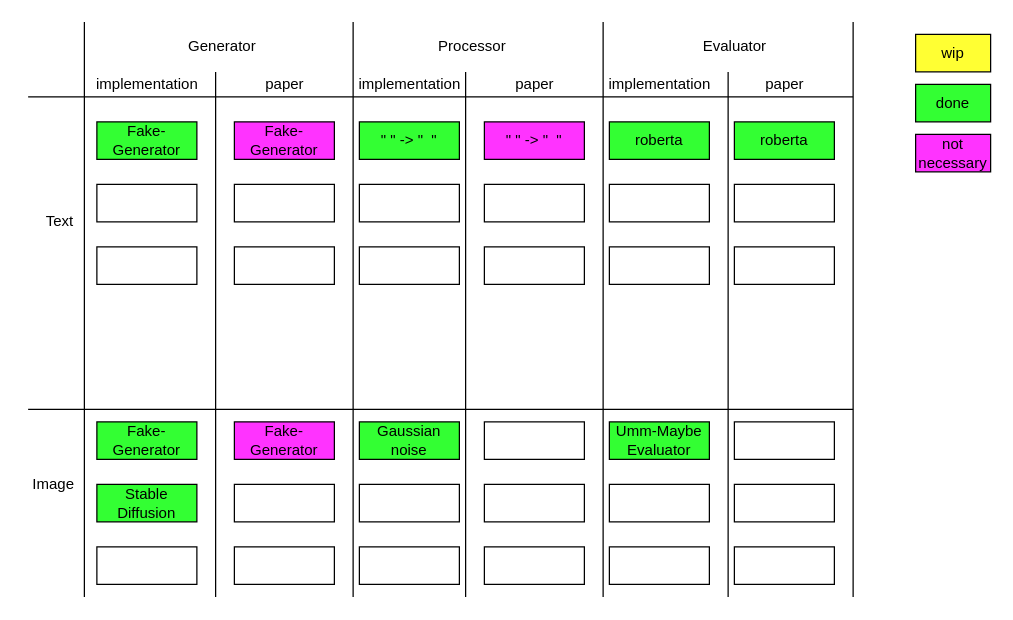
Earlier version of the draw.io diagram documentation/Overview ImplementationPaper.drawio (Ctrl-Alt-Defeat-Foundation-Models/informatiCup2024). Source tidied: cells renumbered, new cells numbered last; positions are measured from the earlier drawing's top-left corner, leaving out a move shared by most shapes. Both pictures are drawn from the tidied source at 125%, with x=0, y=0 at pixel (21, 21).
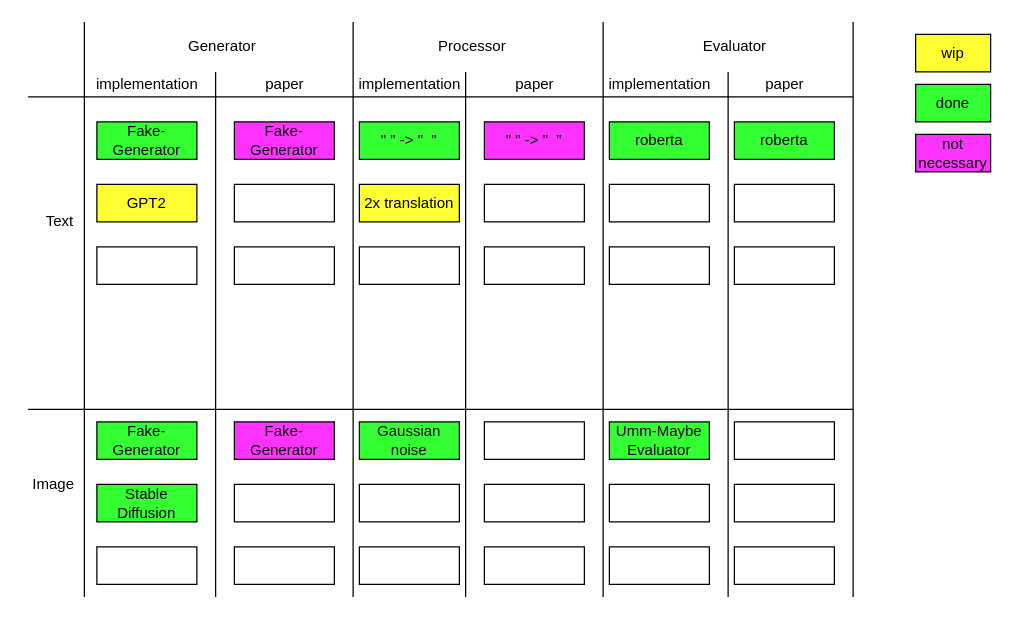
Above is the later version.

What changed in the source:
```diff
@@
-    <mxCell id="6" style="rounded=0;whiteSpace=wrap;html=1;" parent="1" vertex="1">
+    <mxCell id="6" value="GPT2" style="rounded=0;whiteSpace=wrap;html=1;fillColor=#FFFF33;" parent="1" vertex="1">
       <mxGeometry x="60" y="130" width="80" height="30" as="geometry" />
     </mxCell>
@@
-    <mxCell id="12" style="rounded=0;whiteSpace=wrap;html=1;" parent="1" vertex="1">
+    <mxCell id="12" value="2x translation" style="rounded=0;whiteSpace=wrap;html=1;fillColor=#FFFF33;" parent="1" vertex="1">
       <mxGeometry x="270" y="130" width="80" height="30" as="geometry" />
     </mxCell>
```
